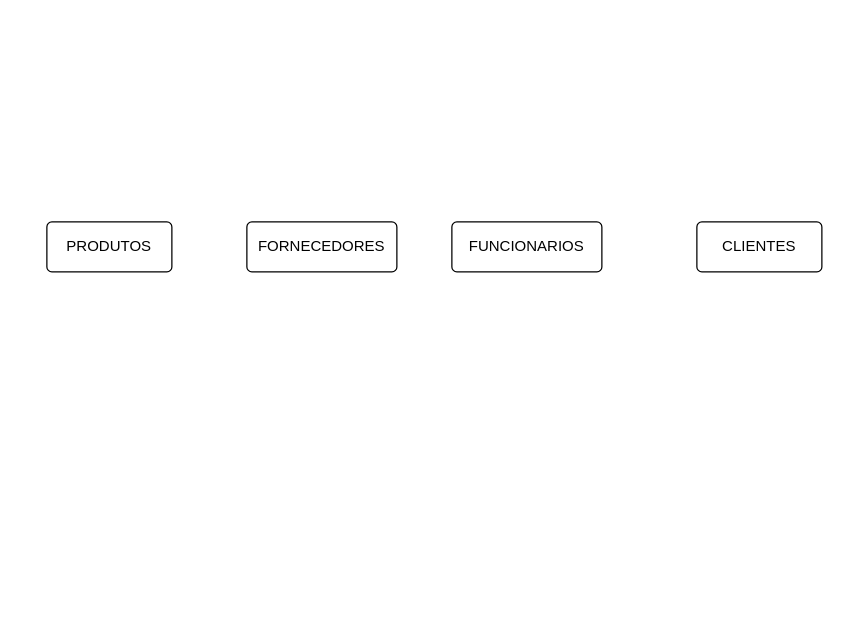
camilamelos/tiroAoAlvo keeps this draw.io diagram as LOJA.drawio. Above is the earlier version. Source tidied: cells renumbered, new cells numbered last; positions are measured from the earlier drawing's top-left corner, leaving out a move shared by most shapes. Both pictures are drawn from the tidied source at 125%, with x=0, y=0 at pixel (46, 221).
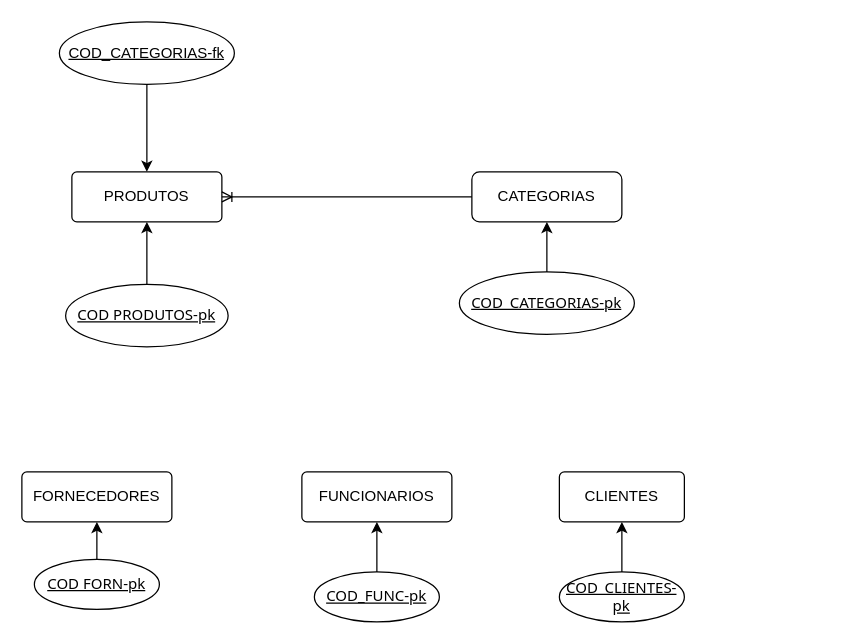
Above is the later version.

The edit, as a diff of the source:
```diff
@@
 <mxGraphModel>
   <root>
     <mxCell id="0" />
     <mxCell id="1" parent="0" />
     <mxCell id="2" value="PRODUTOS" style="rounded=1;arcSize=10;whiteSpace=wrap;html=1;align=center;" parent="1" vertex="1">
-      <mxGeometry width="100" height="40" as="geometry" />
+      <mxGeometry x="20" y="-40" width="120" height="40" as="geometry" />
     </mxCell>
     <mxCell id="3" value="FORNECEDORES" style="rounded=1;arcSize=10;whiteSpace=wrap;html=1;align=center;" parent="1" vertex="1">
-      <mxGeometry x="160" width="120" height="40" as="geometry" />
+      <mxGeometry x="-20" y="200" width="120" height="40" as="geometry" />
     </mxCell>
     <mxCell id="4" value="FUNCIONARIOS" style="rounded=1;arcSize=10;whiteSpace=wrap;html=1;align=center;" parent="1" vertex="1">
-      <mxGeometry x="324" width="120" height="40" as="geometry" />
+      <mxGeometry x="204" y="200" width="120" height="40" as="geometry" />
     </mxCell>
     <mxCell id="5" value="CLIENTES" style="rounded=1;arcSize=10;whiteSpace=wrap;html=1;align=center;" parent="1" vertex="1">
-      <mxGeometry x="520" width="100" height="40" as="geometry" />
+      <mxGeometry x="410" y="200" width="100" height="40" as="geometry" />
     </mxCell>
+    <mxCell id="6" style="edgeStyle=orthogonalEdgeStyle;rounded=0;jettySize=auto;html=1;entryX=0.5;entryY=1;entryDx=0;entryDy=0;" parent="1" edge="1" source="7" target="2">
+      <mxGeometry relative="1" as="geometry" />
+    </mxCell>
+    <mxCell id="7" value="&lt;font face=&quot;Tahoma&quot;&gt;COD PRODUTOS-pk&lt;/font&gt;" style="ellipse;whiteSpace=wrap;html=1;align=center;fontStyle=4;" parent="1" vertex="1">
+      <mxGeometry x="15" y="50" width="130" height="50" as="geometry" />
+    </mxCell>
+    <mxCell id="8" style="edgeStyle=orthogonalEdgeStyle;rounded=0;jettySize=auto;html=1;" parent="1" edge="1" source="9" target="3">
+      <mxGeometry relative="1" as="geometry" />
+    </mxCell>
+    <mxCell id="9" value="&lt;font face=&quot;Tahoma&quot;&gt;COD FORN-pk&lt;/font&gt;" style="ellipse;whiteSpace=wrap;html=1;align=center;fontStyle=4;" parent="1" vertex="1">
+      <mxGeometry x="-10" y="270" width="100" height="40" as="geometry" />
+    </mxCell>
+    <mxCell id="10" style="edgeStyle=orthogonalEdgeStyle;rounded=0;jettySize=auto;html=1;" parent="1" edge="1" source="11" target="4">
+      <mxGeometry relative="1" as="geometry" />
+    </mxCell>
+    <mxCell id="11" value="&lt;font face=&quot;Tahoma&quot;&gt;COD_FUNC-pk&lt;/font&gt;" style="ellipse;whiteSpace=wrap;html=1;align=center;fontStyle=4;" parent="1" vertex="1">
+      <mxGeometry x="214" y="280" width="100" height="40" as="geometry" />
+    </mxCell>
+    <mxCell id="12" style="edgeStyle=orthogonalEdgeStyle;rounded=0;jettySize=auto;html=1;" parent="1" edge="1" source="13" target="5">
+      <mxGeometry relative="1" as="geometry" />
+    </mxCell>
+    <mxCell id="13" value="&lt;font face=&quot;Tahoma&quot;&gt;COD_CLIENTES-pk&lt;/font&gt;" style="ellipse;whiteSpace=wrap;html=1;align=center;fontStyle=4;" parent="1" vertex="1">
+      <mxGeometry x="410" y="280" width="100" height="40" as="geometry" />
+    </mxCell>
+    <mxCell id="14" value="CATEGORIAS" style="rounded=1;whiteSpace=wrap;html=1;" parent="1" vertex="1">
+      <mxGeometry x="340" y="-40" width="120" height="40" as="geometry" />
+    </mxCell>
+    <mxCell id="15" style="edgeStyle=orthogonalEdgeStyle;rounded=0;jettySize=auto;html=1;" parent="1" edge="1" source="16" target="14">
+      <mxGeometry relative="1" as="geometry" />
+    </mxCell>
+    <mxCell id="16" value="&lt;font face=&quot;Tahoma&quot;&gt;COD_CATEGORIAS-pk&lt;/font&gt;" style="ellipse;whiteSpace=wrap;html=1;align=center;fontStyle=4;" parent="1" vertex="1">
+      <mxGeometry x="330" y="40" width="140" height="50" as="geometry" />
+    </mxCell>
+    <mxCell id="17" style="edgeStyle=entityRelationEdgeStyle;fontSize=12;html=1;endArrow=ERoneToMany;entryX=1;entryY=0.5;entryDx=0;entryDy=0;exitX=0;exitY=0.5;exitDx=0;exitDy=0;" parent="1" edge="1" source="14" target="2">
+      <mxGeometry relative="1" as="geometry" />
+    </mxCell>
+    <mxCell id="18" style="edgeStyle=orthogonalEdgeStyle;rounded=0;jettySize=auto;html=1;entryX=0.5;entryY=0;entryDx=0;entryDy=0;" parent="1" edge="1" source="19" target="2">
+      <mxGeometry relative="1" as="geometry" />
+    </mxCell>
+    <mxCell id="19" value="COD_CATEGORIAS-fk" style="ellipse;whiteSpace=wrap;html=1;align=center;fontStyle=4;" parent="1" vertex="1">
+      <mxGeometry x="10" y="-160" width="140" height="50" as="geometry" />
+    </mxCell>
   </root>
 </mxGraphModel>
```
